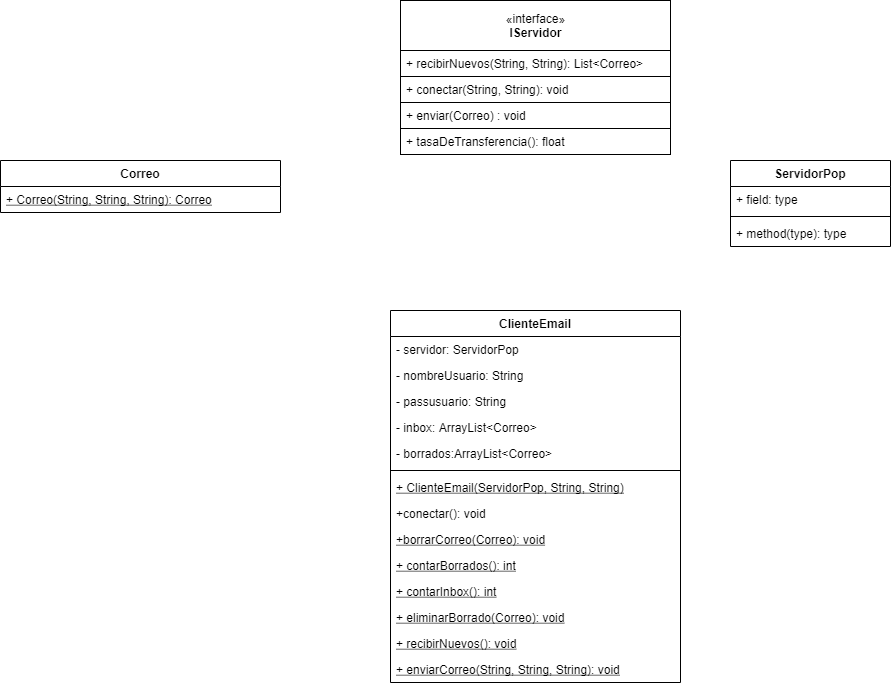
Before: src/tp6/unq/RespuestasCaso1/Caso1-UML-TP6.png, a diagram exported from draw.io (CundariNicolas/unqui-poo2-cundari). Source tidied: cells renumbered, new cells last; positions are measured from the earlier drawing's top-left corner, leaving out a move shared by most shapes.
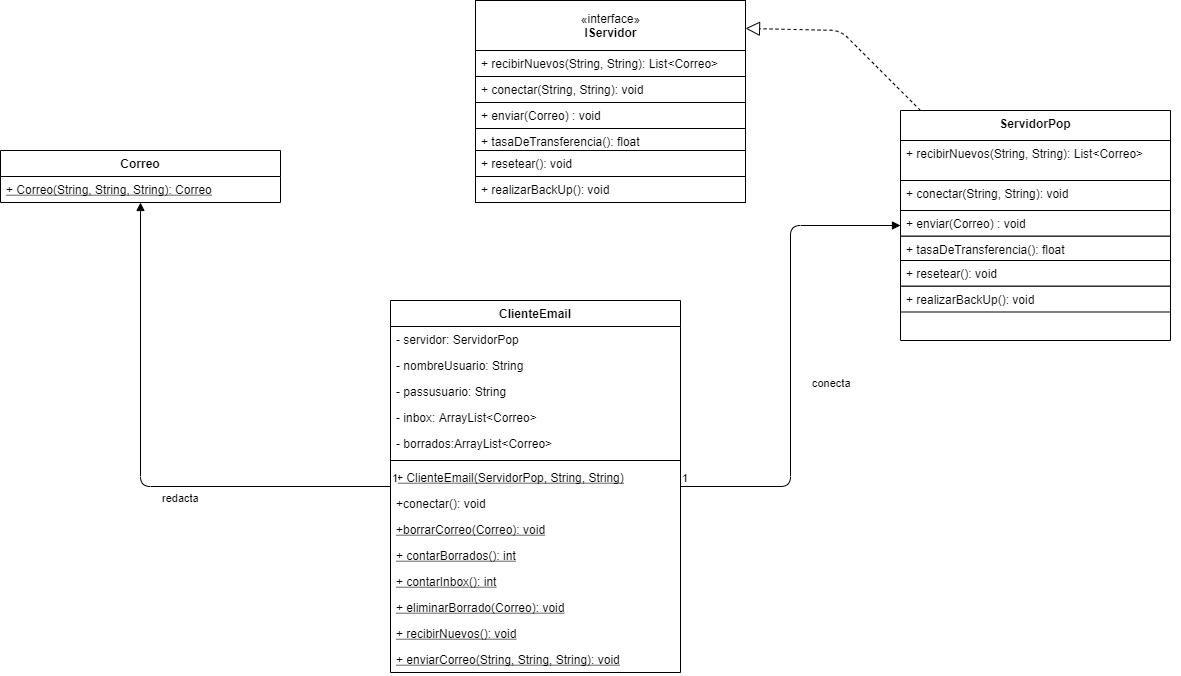
The same file after the commit.

What changed in the source:
```diff
@@ -53,20 +53,41 @@
     <mxCell id="18" value="+ Correo(String, String, String): Correo" style="text;strokeColor=none;fillColor=none;align=left;verticalAlign=top;spacingLeft=4;spacingRight=4;overflow=hidden;fontStyle=4;" parent="17" vertex="1">
       <mxGeometry y="26" width="280" height="26" as="geometry" />
     </mxCell>
-    <mxCell id="19" value="ServidorPop" style="swimlane;fontStyle=1;align=center;verticalAlign=top;horizontal=1;startSize=26;" parent="1" vertex="1">
-      <mxGeometry x="730" y="160" width="160" height="86" as="geometry" />
+    <mxCell id="19" value="ServidorPop" style="swimlane;fontStyle=1;align=center;verticalAlign=top;horizontal=1;startSize=30;" parent="1" vertex="1">
+      <mxGeometry x="900" y="120" width="270" height="230" as="geometry" />
     </mxCell>
-    <mxCell id="20" value="+ field: type" style="text;strokeColor=none;fillColor=none;align=left;verticalAlign=top;spacingLeft=4;spacingRight=4;overflow=hidden;" parent="19" vertex="1">
-      <mxGeometry y="26" width="160" height="26" as="geometry" />
-    </mxCell>
-    <mxCell id="21" style="line;strokeWidth=1;fillColor=none;align=left;verticalAlign=middle;spacingTop=-1;spacingLeft=3;spacingRight=3;labelPosition=right;" parent="19" vertex="1">
-      <mxGeometry y="52" width="160" height="8" as="geometry" />
-    </mxCell>
-    <mxCell id="22" value="+ method(type): type" style="text;strokeColor=none;fillColor=none;align=left;verticalAlign=top;spacingLeft=4;spacingRight=4;overflow=hidden;" parent="19" vertex="1">
-      <mxGeometry y="60" width="160" height="26" as="geometry" />
-    </mxCell>
+    <mxCell id="30" style="group;" parent="19" vertex="1">
+      <mxGeometry y="30" width="270" height="200" as="geometry" />
+    </mxCell>
+    <mxCell id="31" style="group;" parent="30" vertex="1">
+      <mxGeometry width="280" height="126.7" as="geometry" />
+    </mxCell>
+    <mxCell id="32" style="group;" parent="31" vertex="1">
+      <mxGeometry width="280" height="95.7" as="geometry" />
+    </mxCell>
+    <mxCell id="33" value="+ recibirNuevos(String, String): List&lt;Correo&gt;" style="text;align=left;verticalAlign=top;spacingLeft=4;spacingRight=4;overflow=hidden;labelBackgroundColor=#ffffff;fillColor=#ffffff;strokeColor=#000000;" parent="32" vertex="1">
+      <mxGeometry width="270" height="40" as="geometry" />
+    </mxCell>
+    <mxCell id="34" value="+ conectar(String, String): void" style="text;align=left;verticalAlign=top;spacingLeft=4;spacingRight=4;overflow=hidden;labelBackgroundColor=#ffffff;fillColor=#ffffff;strokeColor=#000000;" parent="32" vertex="1">
+      <mxGeometry y="40" width="270" height="30" as="geometry" />
+    </mxCell>
+    <mxCell id="35" value="+ enviar(Correo) : void" style="text;align=left;verticalAlign=top;spacingLeft=4;spacingRight=4;overflow=hidden;labelBackgroundColor=#ffffff;fillColor=#ffffff;strokeColor=#000000;" parent="32" vertex="1">
+      <mxGeometry y="70" width="270" height="25.7" as="geometry" />
+    </mxCell>
+    <mxCell id="36" value="+ tasaDeTransferencia(): float" style="text;align=left;verticalAlign=top;spacingLeft=4;spacingRight=4;overflow=hidden;labelBackgroundColor=#ffffff;fillColor=#ffffff;strokeColor=#000000;" parent="31" vertex="1">
+      <mxGeometry y="95.7" width="270" height="25.7" as="geometry" />
+    </mxCell>
+    <mxCell id="37" value="+ resetear(): void" style="text;align=left;verticalAlign=top;spacingLeft=4;spacingRight=4;overflow=hidden;labelBackgroundColor=#ffffff;fillColor=#ffffff;strokeColor=#000000;" parent="30" vertex="1">
+      <mxGeometry y="120" width="270" height="25.7" as="geometry" />
+    </mxCell>
+    <mxCell id="38" value="+ realizarBackUp(): void" style="text;align=left;verticalAlign=top;spacingLeft=4;spacingRight=4;overflow=hidden;labelBackgroundColor=#ffffff;fillColor=#ffffff;strokeColor=#000000;" parent="30" vertex="1">
+      <mxGeometry y="145.7" width="270" height="25.7" as="geometry" />
+    </mxCell>
+    <mxCell id="39" style="group;" parent="1" vertex="1">
+      <mxGeometry x="475" y="10" width="280" height="202" as="geometry" />
+    </mxCell>
-    <mxCell id="23" style="group;" parent="1" vertex="1">
-      <mxGeometry x="400" width="280" height="128" as="geometry" />
+    <mxCell id="23" style="group;" parent="39" vertex="1">
+      <mxGeometry width="280" height="128" as="geometry" />
     </mxCell>
     <mxCell id="24" style="group;" parent="23" vertex="1">
       <mxGeometry width="280" height="86" as="geometry" />
@@ -83,8 +104,33 @@
     <mxCell id="28" value="+ enviar(Correo) : void" style="text;align=left;verticalAlign=top;spacingLeft=4;spacingRight=4;overflow=hidden;labelBackgroundColor=#ffffff;fillColor=#ffffff;strokeColor=#000000;" parent="23" vertex="1">
       <mxGeometry y="102" width="270" height="26" as="geometry" />
     </mxCell>
-    <mxCell id="29" value="+ tasaDeTransferencia(): float" style="text;align=left;verticalAlign=top;spacingLeft=4;spacingRight=4;overflow=hidden;labelBackgroundColor=#ffffff;fillColor=#ffffff;strokeColor=#000000;" parent="1" vertex="1">
-      <mxGeometry x="400" y="128" width="270" height="26" as="geometry" />
+    <mxCell id="29" value="+ tasaDeTransferencia(): float" style="text;align=left;verticalAlign=top;spacingLeft=4;spacingRight=4;overflow=hidden;labelBackgroundColor=#ffffff;fillColor=#ffffff;strokeColor=#000000;" parent="39" vertex="1">
+      <mxGeometry y="128" width="270" height="26" as="geometry" />
     </mxCell>
+    <mxCell id="40" value="+ resetear(): void" style="text;align=left;verticalAlign=top;spacingLeft=4;spacingRight=4;overflow=hidden;labelBackgroundColor=#ffffff;fillColor=#ffffff;strokeColor=#000000;" parent="39" vertex="1">
+      <mxGeometry y="150" width="270" height="26" as="geometry" />
+    </mxCell>
+    <mxCell id="41" value="+ realizarBackUp(): void" style="text;align=left;verticalAlign=top;spacingLeft=4;spacingRight=4;overflow=hidden;labelBackgroundColor=#ffffff;fillColor=#ffffff;strokeColor=#000000;" parent="39" vertex="1">
+      <mxGeometry y="176" width="270" height="26" as="geometry" />
+    </mxCell>
+    <mxCell id="42" style="endArrow=block;dashed=1;endFill=0;endSize=12;html=1;" parent="1" edge="1" source="19" target="25">
+      <mxGeometry relative="1" as="geometry">
+        <Array as="points">
+          <mxPoint x="840" y="40" />
+        </Array>
+      </mxGeometry>
+    </mxCell>
+    <mxCell id="43" value="conecta" style="endArrow=block;endFill=1;html=1;edgeStyle=orthogonalEdgeStyle;align=left;verticalAlign=top;" parent="1" edge="1" source="2" target="19">
+      <mxGeometry x="-0.06" y="-20" relative="1" as="geometry" />
+    </mxCell>
+    <mxCell id="44" value="1" style="edgeLabel;html=1;align=left;verticalAlign=bottom;" parent="43" vertex="1">
+      <mxGeometry x="-1" relative="1" as="geometry" />
+    </mxCell>
+    <mxCell id="45" value="redacta" style="endArrow=block;endFill=1;html=1;edgeStyle=orthogonalEdgeStyle;align=left;verticalAlign=top;" parent="1" edge="1" source="2" target="17">
+      <mxGeometry x="-0.06" y="-20" relative="1" as="geometry" />
+    </mxCell>
+    <mxCell id="46" value="1" style="edgeLabel;html=1;align=left;verticalAlign=bottom;" parent="45" vertex="1">
+      <mxGeometry x="-1" relative="1" as="geometry" />
+    </mxCell>
   </root>
 </mxGraphModel>
```
